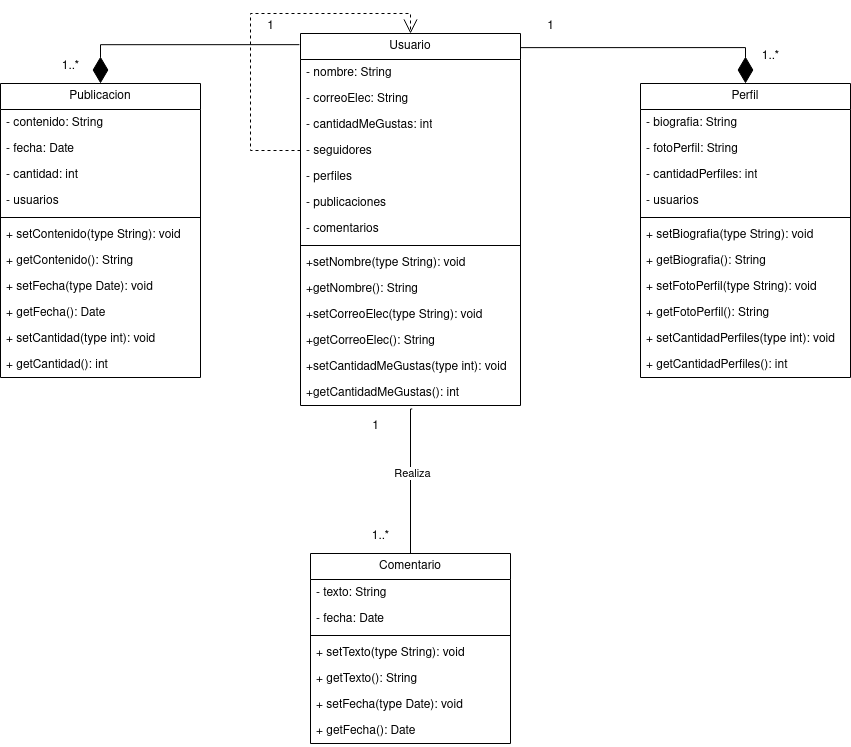
Before: Unidad-5/Examenes/images/diagramaRedSocial.png, a diagram exported from draw.io (nalleon/ets). Source tidied: cells renumbered, new cells last; positions are measured from the earlier drawing's top-left corner, leaving out a move shared by most shapes.
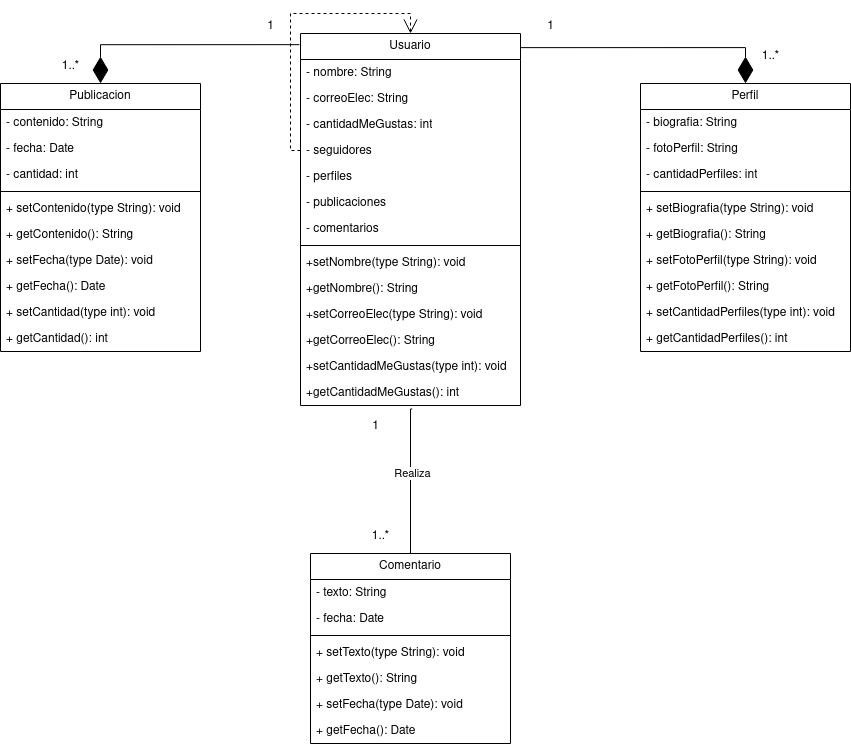
Above is the later version.

Commit message:
Se realiza el examen d ediagrama de clases

Change to the diagram source:
```diff
@@ -50,14 +50,14 @@
     <mxCell id="17" style="endArrow=open;endSize=12;dashed=1;html=1;rounded=0;edgeStyle=orthogonalEdgeStyle;exitX=0;exitY=0.5;exitDx=0;exitDy=0;entryX=0.5;entryY=0;entryDx=0;entryDy=0;" parent="2" edge="1" source="6" target="2">
       <mxGeometry relative="1" as="geometry">
         <Array as="points">
-          <mxPoint x="-50" y="117" />
-          <mxPoint x="-50" y="-20" />
+          <mxPoint x="-10" y="117" />
+          <mxPoint x="-10" y="-20" />
           <mxPoint x="110" y="-20" />
         </Array>
       </mxGeometry>
     </mxCell>
     <mxCell id="18" value="Publicacion" style="swimlane;fontStyle=0;horizontal=1;startSize=26;fillColor=none;whiteSpace=wrap;html=1;" parent="1" vertex="1">
-      <mxGeometry y="72" width="200" height="294" as="geometry" />
+      <mxGeometry y="72" width="200" height="268" as="geometry" />
     </mxCell>
     <mxCell id="19" value="- contenido: String" style="text;strokeColor=none;fillColor=none;align=left;verticalAlign=top;spacingLeft=4;spacingRight=4;overflow=hidden;whiteSpace=wrap;html=1;" parent="18" vertex="1">
       <mxGeometry y="26" width="200" height="26" as="geometry" />
@@ -68,32 +68,29 @@
     <mxCell id="21" value="- cantidad: int" style="text;strokeColor=none;fillColor=none;align=left;verticalAlign=top;spacingLeft=4;spacingRight=4;overflow=hidden;whiteSpace=wrap;html=1;" parent="18" vertex="1">
       <mxGeometry y="78" width="200" height="26" as="geometry" />
     </mxCell>
-    <mxCell id="22" value="- usuarios" style="text;strokeColor=none;fillColor=none;align=left;verticalAlign=top;spacingLeft=4;spacingRight=4;overflow=hidden;whiteSpace=wrap;html=1;" parent="18" vertex="1">
-      <mxGeometry y="104" width="200" height="26" as="geometry" />
-    </mxCell>
     <mxCell id="23" style="line;strokeWidth=1;fillColor=none;align=left;verticalAlign=middle;spacingTop=-1;spacingLeft=3;spacingRight=3;labelPosition=right;strokeColor=inherit;" parent="18" vertex="1">
-      <mxGeometry y="130" width="200" height="8" as="geometry" />
+      <mxGeometry y="104" width="200" height="8" as="geometry" />
     </mxCell>
     <mxCell id="24" value="+ setContenido(type String): void" style="text;strokeColor=none;fillColor=none;align=left;verticalAlign=top;spacingLeft=4;spacingRight=4;overflow=hidden;whiteSpace=wrap;html=1;" parent="18" vertex="1">
-      <mxGeometry y="138" width="200" height="26" as="geometry" />
+      <mxGeometry y="112" width="200" height="26" as="geometry" />
     </mxCell>
     <mxCell id="25" value="+ getContenido(): String" style="text;strokeColor=none;fillColor=none;align=left;verticalAlign=top;spacingLeft=4;spacingRight=4;overflow=hidden;whiteSpace=wrap;html=1;" parent="18" vertex="1">
-      <mxGeometry y="164" width="200" height="26" as="geometry" />
+      <mxGeometry y="138" width="200" height="26" as="geometry" />
     </mxCell>
     <mxCell id="26" value="+ setFecha(type Date): void" style="text;strokeColor=none;fillColor=none;align=left;verticalAlign=top;spacingLeft=4;spacingRight=4;overflow=hidden;whiteSpace=wrap;html=1;" parent="18" vertex="1">
-      <mxGeometry y="190" width="200" height="26" as="geometry" />
+      <mxGeometry y="164" width="200" height="26" as="geometry" />
     </mxCell>
     <mxCell id="27" value="+ getFecha(): Date" style="text;strokeColor=none;fillColor=none;align=left;verticalAlign=top;spacingLeft=4;spacingRight=4;overflow=hidden;whiteSpace=wrap;html=1;" parent="18" vertex="1">
-      <mxGeometry y="216" width="200" height="26" as="geometry" />
+      <mxGeometry y="190" width="200" height="26" as="geometry" />
     </mxCell>
     <mxCell id="28" value="+ setCantidad(type int): void" style="text;strokeColor=none;fillColor=none;align=left;verticalAlign=top;spacingLeft=4;spacingRight=4;overflow=hidden;whiteSpace=wrap;html=1;" parent="18" vertex="1">
-      <mxGeometry y="242" width="200" height="26" as="geometry" />
+      <mxGeometry y="216" width="200" height="26" as="geometry" />
     </mxCell>
     <mxCell id="29" value="+ getCantidad(): int" style="text;strokeColor=none;fillColor=none;align=left;verticalAlign=top;spacingLeft=4;spacingRight=4;overflow=hidden;whiteSpace=wrap;html=1;" parent="18" vertex="1">
-      <mxGeometry y="268" width="200" height="26" as="geometry" />
+      <mxGeometry y="242" width="200" height="26" as="geometry" />
     </mxCell>
     <mxCell id="30" value="Perfil" style="swimlane;fontStyle=0;horizontal=1;startSize=26;fillColor=none;whiteSpace=wrap;html=1;" parent="1" vertex="1">
-      <mxGeometry x="640" y="72" width="210" height="294" as="geometry" />
+      <mxGeometry x="640" y="72" width="210" height="268" as="geometry" />
     </mxCell>
     <mxCell id="31" value="- biografia: String" style="text;strokeColor=none;fillColor=none;align=left;verticalAlign=top;spacingLeft=4;spacingRight=4;overflow=hidden;whiteSpace=wrap;html=1;" parent="30" vertex="1">
       <mxGeometry y="26" width="210" height="26" as="geometry" />
@@ -104,29 +101,26 @@
     <mxCell id="33" value="- cantidadPerfiles: int" style="text;strokeColor=none;fillColor=none;align=left;verticalAlign=top;spacingLeft=4;spacingRight=4;overflow=hidden;whiteSpace=wrap;html=1;" parent="30" vertex="1">
       <mxGeometry y="78" width="210" height="26" as="geometry" />
     </mxCell>
-    <mxCell id="34" value="- usuarios" style="text;strokeColor=none;fillColor=none;align=left;verticalAlign=top;spacingLeft=4;spacingRight=4;overflow=hidden;whiteSpace=wrap;html=1;" parent="30" vertex="1">
-      <mxGeometry y="104" width="210" height="26" as="geometry" />
-    </mxCell>
     <mxCell id="35" style="line;strokeWidth=1;fillColor=none;align=left;verticalAlign=middle;spacingTop=-1;spacingLeft=3;spacingRight=3;labelPosition=right;strokeColor=inherit;" parent="30" vertex="1">
-      <mxGeometry y="130" width="210" height="8" as="geometry" />
+      <mxGeometry y="104" width="210" height="8" as="geometry" />
     </mxCell>
     <mxCell id="36" value="+ setBiografia(type String): void" style="text;strokeColor=none;fillColor=none;align=left;verticalAlign=top;spacingLeft=4;spacingRight=4;overflow=hidden;whiteSpace=wrap;html=1;" parent="30" vertex="1">
-      <mxGeometry y="138" width="210" height="26" as="geometry" />
+      <mxGeometry y="112" width="210" height="26" as="geometry" />
     </mxCell>
     <mxCell id="37" value="+ getBiografia(): String" style="text;strokeColor=none;fillColor=none;align=left;verticalAlign=top;spacingLeft=4;spacingRight=4;overflow=hidden;whiteSpace=wrap;html=1;" parent="30" vertex="1">
-      <mxGeometry y="164" width="210" height="26" as="geometry" />
+      <mxGeometry y="138" width="210" height="26" as="geometry" />
     </mxCell>
     <mxCell id="38" value="+ setFotoPerfil(type String): void" style="text;strokeColor=none;fillColor=none;align=left;verticalAlign=top;spacingLeft=4;spacingRight=4;overflow=hidden;whiteSpace=wrap;html=1;" parent="30" vertex="1">
-      <mxGeometry y="190" width="210" height="26" as="geometry" />
+      <mxGeometry y="164" width="210" height="26" as="geometry" />
     </mxCell>
     <mxCell id="39" value="+ getFotoPerfil(): String" style="text;strokeColor=none;fillColor=none;align=left;verticalAlign=top;spacingLeft=4;spacingRight=4;overflow=hidden;whiteSpace=wrap;html=1;" parent="30" vertex="1">
-      <mxGeometry y="216" width="210" height="26" as="geometry" />
+      <mxGeometry y="190" width="210" height="26" as="geometry" />
     </mxCell>
     <mxCell id="40" value="+ setCantidadPerfiles(type int): void" style="text;strokeColor=none;fillColor=none;align=left;verticalAlign=top;spacingLeft=4;spacingRight=4;overflow=hidden;whiteSpace=wrap;html=1;" parent="30" vertex="1">
-      <mxGeometry y="242" width="210" height="26" as="geometry" />
+      <mxGeometry y="216" width="210" height="26" as="geometry" />
     </mxCell>
     <mxCell id="41" value="+ getCantidadPerfiles(): int" style="text;strokeColor=none;fillColor=none;align=left;verticalAlign=top;spacingLeft=4;spacingRight=4;overflow=hidden;whiteSpace=wrap;html=1;" parent="30" vertex="1">
-      <mxGeometry y="268" width="210" height="26" as="geometry" />
+      <mxGeometry y="242" width="210" height="26" as="geometry" />
     </mxCell>
     <mxCell id="42" value="Comentario" style="swimlane;fontStyle=0;horizontal=1;startSize=26;fillColor=none;whiteSpace=wrap;html=1;" parent="1" vertex="1">
       <mxGeometry x="310" y="542" width="200" height="190" as="geometry" />
@@ -163,10 +157,18 @@
       <mxGeometry x="-0.1" y="1" relative="1" as="geometry" />
     </mxCell>
     <mxCell id="52" style="endArrow=diamondThin;endFill=1;endSize=24;html=1;rounded=0;edgeStyle=orthogonalEdgeStyle;entryX=0.5;entryY=0;entryDx=0;entryDy=0;exitX=1.002;exitY=0.038;exitDx=0;exitDy=0;exitPerimeter=0;" parent="1" edge="1" source="2" target="30">
-      <mxGeometry relative="1" as="geometry" />
+      <mxGeometry relative="1" as="geometry">
+        <Array as="points">
+          <mxPoint x="745" y="36" />
+        </Array>
+      </mxGeometry>
     </mxCell>
     <mxCell id="53" style="endArrow=diamondThin;endFill=1;endSize=24;html=1;rounded=0;edgeStyle=orthogonalEdgeStyle;entryX=0.5;entryY=0;entryDx=0;entryDy=0;exitX=-0.005;exitY=0.03;exitDx=0;exitDy=0;exitPerimeter=0;" parent="1" edge="1" source="2" target="18">
-      <mxGeometry relative="1" as="geometry" />
+      <mxGeometry relative="1" as="geometry">
+        <Array as="points">
+          <mxPoint x="100" y="33" />
+        </Array>
+      </mxGeometry>
     </mxCell>
     <mxCell id="54" value="1..*" style="text;html=1;align=center;verticalAlign=middle;strokeColor=none;fillColor=none;" parent="1" vertex="1">
       <mxGeometry x="360" y="510" width="40" height="30" as="geometry" />
```
